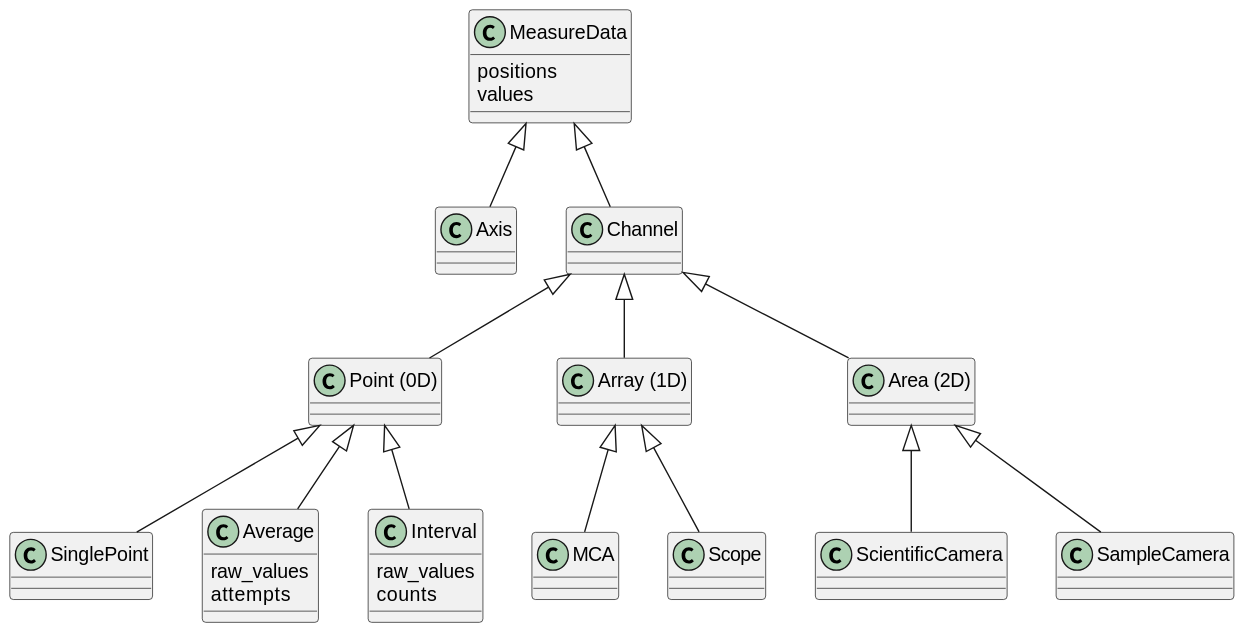
Above: docs/uml/measuredata-types.svg in tillbiskup/evedata (PlantUML), before the change.
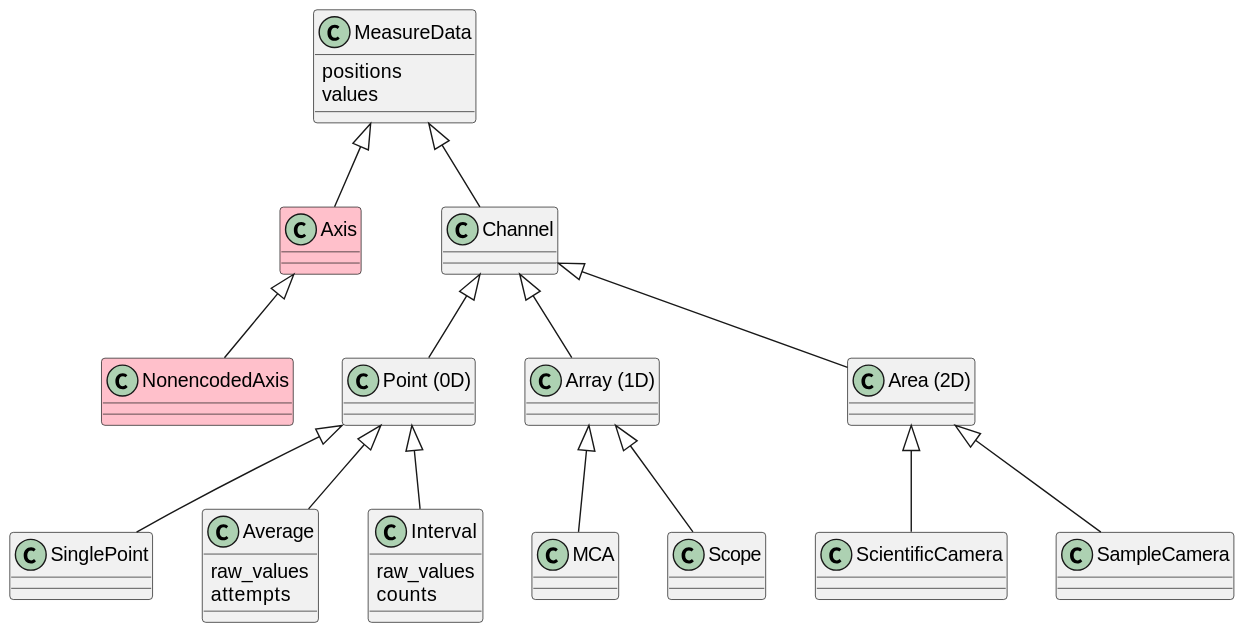
After the change.

Diff of the diagram source:
```diff
@@ -5,7 +5,9 @@
     values
 }
 
-class Axis extends MeasureData {}
+class Axis #pink extends MeasureData {}
+
+class NonencodedAxis #pink extends Axis {}
 
 class Channel extends MeasureData {}
 
```
